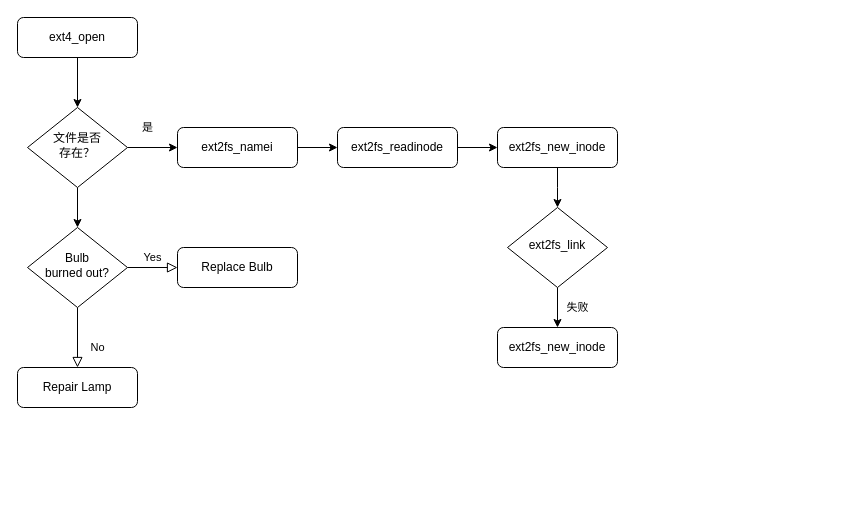
gokucai/drawio_repo keeps this draw.io diagram as ext4_create流程图.drawio. Above is the earlier version. Source tidied: cells renumbered, new cells numbered last; positions are measured from the earlier drawing's top-left corner, leaving out a move shared by most shapes. Both pictures are drawn from the tidied source at 100%, with x=0, y=0 at pixel (17, 17).
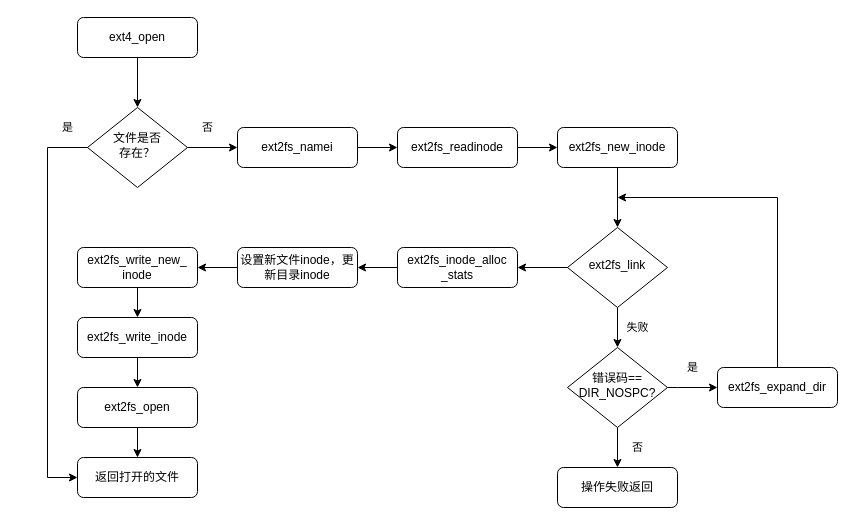
The same diagram, later.

Commit message (it also covers changes not shown here):
更新ext4_create流程图.drawio

What changed in the source:
```diff
@@
+    <mxCell id="21" style="group;" parent="1" vertex="1">
+      <mxGeometry x="30" width="790" height="490" as="geometry" />
+    </mxCell>
+    <mxCell id="3" value="ext4_open" style="rounded=1;whiteSpace=wrap;html=1;fontSize=12;glass=0;strokeWidth=1;shadow=0;" parent="21" vertex="1">
+      <mxGeometry x="30" width="120" height="40" as="geometry" />
+    </mxCell>
+    <mxCell id="6" value="文件是否&lt;br&gt;存在？" style="rhombus;whiteSpace=wrap;html=1;shadow=0;fontFamily=Helvetica;fontSize=12;align=center;strokeWidth=1;spacing=6;spacingTop=-4;" parent="21" vertex="1">
+      <mxGeometry x="40" y="90" width="100" height="80" as="geometry" />
+    </mxCell>
-    <mxCell id="2" style="edgeStyle=orthogonalEdgeStyle;rounded=0;jettySize=auto;html=1;" parent="1" edge="1" source="3" target="6">
+    <mxCell id="2" style="edgeStyle=orthogonalEdgeStyle;rounded=0;jettySize=auto;html=1;" parent="21" edge="1" source="3" target="6">
       <mxGeometry relative="1" as="geometry" />
     </mxCell>
-    <mxCell id="3" value="ext4_open" style="rounded=1;whiteSpace=wrap;html=1;fontSize=12;glass=0;strokeWidth=1;shadow=0;" parent="1" vertex="1">
-      <mxGeometry width="120" height="40" as="geometry" />
-    </mxCell>
+    <mxCell id="8" value="ext2fs_namei" style="rounded=1;whiteSpace=wrap;html=1;fontSize=12;glass=0;strokeWidth=1;shadow=0;" parent="21" vertex="1">
+      <mxGeometry x="190" y="110" width="120" height="40" as="geometry" />
+    </mxCell>
-    <mxCell id="4" value="是" style="edgeStyle=orthogonalEdgeStyle;rounded=0;jettySize=auto;html=1;" parent="1" edge="1" source="6" target="8">
+    <mxCell id="4" value="否" style="edgeStyle=orthogonalEdgeStyle;rounded=0;jettySize=auto;html=1;" parent="21" edge="1" source="6" target="8">
       <mxGeometry x="-0.2" y="20" relative="1" as="geometry" />
     </mxCell>
-    <mxCell id="5" style="edgeStyle=orthogonalEdgeStyle;rounded=0;jettySize=auto;html=1;" parent="1" edge="1" source="6" target="11">
-      <mxGeometry relative="1" as="geometry" />
-    </mxCell>
-    <mxCell id="6" value="文件是否&lt;br&gt;存在？" style="rhombus;whiteSpace=wrap;html=1;shadow=0;fontFamily=Helvetica;fontSize=12;align=center;strokeWidth=1;spacing=6;spacingTop=-4;" parent="1" vertex="1">
-      <mxGeometry x="10" y="90" width="100" height="80" as="geometry" />
-    </mxCell>
+    <mxCell id="15" value="ext2fs_readinode" style="rounded=1;whiteSpace=wrap;html=1;fontSize=12;glass=0;strokeWidth=1;shadow=0;" parent="21" vertex="1">
+      <mxGeometry x="350" y="110" width="120" height="40" as="geometry" />
+    </mxCell>
-    <mxCell id="7" style="edgeStyle=orthogonalEdgeStyle;rounded=0;jettySize=auto;html=1;" parent="1" edge="1" source="8" target="15">
+    <mxCell id="7" style="edgeStyle=orthogonalEdgeStyle;rounded=0;jettySize=auto;html=1;" parent="21" edge="1" source="8" target="15">
       <mxGeometry relative="1" as="geometry" />
     </mxCell>
-    <mxCell id="8" value="ext2fs_namei" style="rounded=1;whiteSpace=wrap;html=1;fontSize=12;glass=0;strokeWidth=1;shadow=0;" parent="1" vertex="1">
-      <mxGeometry x="160" y="110" width="120" height="40" as="geometry" />
-    </mxCell>
-    <mxCell id="9" value="No" style="rounded=0;html=1;jettySize=auto;fontSize=11;endArrow=block;endFill=0;endSize=8;strokeWidth=1;shadow=0;labelBackgroundColor=none;edgeStyle=orthogonalEdgeStyle;" parent="1" edge="1" source="11" target="12">
-      <mxGeometry x="0.33" y="20" relative="1" as="geometry" />
-    </mxCell>
-    <mxCell id="10" value="Yes" style="edgeStyle=orthogonalEdgeStyle;rounded=0;html=1;jettySize=auto;fontSize=11;endArrow=block;endFill=0;endSize=8;strokeWidth=1;shadow=0;labelBackgroundColor=none;" parent="1" edge="1" source="11" target="13">
-      <mxGeometry y="10" relative="1" as="geometry" />
-    </mxCell>
-    <mxCell id="11" value="Bulb&lt;br&gt;burned out?" style="rhombus;whiteSpace=wrap;html=1;shadow=0;fontFamily=Helvetica;fontSize=12;align=center;strokeWidth=1;spacing=6;spacingTop=-4;" parent="1" vertex="1">
-      <mxGeometry x="10" y="210" width="100" height="80" as="geometry" />
-    </mxCell>
-    <mxCell id="12" value="Repair Lamp" style="rounded=1;whiteSpace=wrap;html=1;fontSize=12;glass=0;strokeWidth=1;shadow=0;" parent="1" vertex="1">
-      <mxGeometry y="350" width="120" height="40" as="geometry" />
-    </mxCell>
-    <mxCell id="13" value="Replace Bulb" style="rounded=1;whiteSpace=wrap;html=1;fontSize=12;glass=0;strokeWidth=1;shadow=0;" parent="1" vertex="1">
-      <mxGeometry x="160" y="230" width="120" height="40" as="geometry" />
-    </mxCell>
+    <mxCell id="17" value="ext2fs_new_inode" style="rounded=1;whiteSpace=wrap;html=1;fontSize=12;glass=0;strokeWidth=1;shadow=0;" parent="21" vertex="1">
+      <mxGeometry x="510" y="110" width="120" height="40" as="geometry" />
+    </mxCell>
-    <mxCell id="14" style="edgeStyle=orthogonalEdgeStyle;rounded=0;jettySize=auto;html=1;" parent="1" edge="1" source="15" target="17">
+    <mxCell id="14" style="edgeStyle=orthogonalEdgeStyle;rounded=0;jettySize=auto;html=1;" parent="21" edge="1" source="15" target="17">
       <mxGeometry relative="1" as="geometry" />
     </mxCell>
-    <mxCell id="15" value="ext2fs_readinode" style="rounded=1;whiteSpace=wrap;html=1;fontSize=12;glass=0;strokeWidth=1;shadow=0;" parent="1" vertex="1">
-      <mxGeometry x="320" y="110" width="120" height="40" as="geometry" />
-    </mxCell>
-    <mxCell id="16" style="edgeStyle=orthogonalEdgeStyle;rounded=0;jettySize=auto;html=1;" parent="1" edge="1" source="17">
-      <mxGeometry relative="1" as="geometry">
-        <mxPoint x="540" y="190" as="targetPoint" />
-      </mxGeometry>
-    </mxCell>
-    <mxCell id="17" value="ext2fs_new_inode" style="rounded=1;whiteSpace=wrap;html=1;fontSize=12;glass=0;strokeWidth=1;shadow=0;" parent="1" vertex="1">
-      <mxGeometry x="480" y="110" width="120" height="40" as="geometry" />
-    </mxCell>
+    <mxCell id="19" value="ext2fs_link" style="rhombus;whiteSpace=wrap;html=1;shadow=0;fontFamily=Helvetica;fontSize=12;align=center;strokeWidth=1;spacing=6;spacingTop=-4;" parent="21" vertex="1">
+      <mxGeometry x="520" y="210" width="100" height="80" as="geometry" />
+    </mxCell>
+    <mxCell id="22" style="edgeStyle=orthogonalEdgeStyle;rounded=0;jettySize=auto;html=1;" parent="21" edge="1" source="17" target="19">
+      <mxGeometry relative="1" as="geometry" />
+    </mxCell>
+    <mxCell id="23" value="错误码==&lt;br&gt;DIR_NOSPC?" style="rhombus;whiteSpace=wrap;html=1;shadow=0;fontFamily=Helvetica;fontSize=12;align=center;strokeWidth=1;spacing=6;spacingTop=-4;" parent="21" vertex="1">
+      <mxGeometry x="520" y="330" width="100" height="80" as="geometry" />
+    </mxCell>
-    <mxCell id="18" value="失败" style="edgeStyle=orthogonalEdgeStyle;rounded=0;jettySize=auto;html=1;" parent="1" edge="1" source="19" target="20">
+    <mxCell id="18" value="失败" style="edgeStyle=orthogonalEdgeStyle;rounded=0;jettySize=auto;html=1;" parent="21" edge="1" source="19" target="23">
       <mxGeometry y="20" relative="1" as="geometry" />
     </mxCell>
-    <mxCell id="19" value="ext2fs_link" style="rhombus;whiteSpace=wrap;html=1;shadow=0;fontFamily=Helvetica;fontSize=12;align=center;strokeWidth=1;spacing=6;spacingTop=-4;" parent="1" vertex="1">
-      <mxGeometry x="490" y="190" width="100" height="80" as="geometry" />
-    </mxCell>
-    <mxCell id="20" value="ext2fs_new_inode" style="rounded=1;whiteSpace=wrap;html=1;fontSize=12;glass=0;strokeWidth=1;shadow=0;" parent="1" vertex="1">
-      <mxGeometry x="480" y="310" width="120" height="40" as="geometry" />
-    </mxCell>
+    <mxCell id="24" value="操作失败返回" style="rounded=1;whiteSpace=wrap;html=1;fontSize=12;glass=0;strokeWidth=1;shadow=0;" parent="21" vertex="1">
+      <mxGeometry x="510" y="450" width="120" height="40" as="geometry" />
+    </mxCell>
+    <mxCell id="25" value="否" style="edgeStyle=orthogonalEdgeStyle;rounded=0;jettySize=auto;html=1;" parent="21" edge="1" source="23" target="24">
+      <mxGeometry y="20" relative="1" as="geometry" />
+    </mxCell>
+    <mxCell id="26" style="edgeStyle=orthogonalEdgeStyle;rounded=0;jettySize=auto;html=1;exitX=0.5;exitY=0;exitDx=0;exitDy=0;" parent="21" edge="1" source="27">
+      <mxGeometry relative="1" as="geometry">
+        <mxPoint x="570" y="180" as="targetPoint" />
+        <Array as="points">
+          <mxPoint x="730" y="180" />
+        </Array>
+      </mxGeometry>
+    </mxCell>
+    <mxCell id="27" value="ext2fs_expand_dir" style="rounded=1;whiteSpace=wrap;html=1;fontSize=12;glass=0;strokeWidth=1;shadow=0;" parent="21" vertex="1">
+      <mxGeometry x="670" y="350" width="120" height="40" as="geometry" />
+    </mxCell>
+    <mxCell id="28" value="是" style="edgeStyle=orthogonalEdgeStyle;rounded=0;jettySize=auto;html=1;" parent="21" edge="1" source="23" target="27">
+      <mxGeometry y="20" relative="1" as="geometry">
+        <Array as="points">
+          <mxPoint x="630" y="370" />
+          <mxPoint x="630" y="370" />
+        </Array>
+      </mxGeometry>
+    </mxCell>
+    <mxCell id="29" value="ext2fs_inode_alloc&lt;br&gt;_stats" style="rounded=1;whiteSpace=wrap;html=1;fontSize=12;glass=0;strokeWidth=1;shadow=0;" parent="21" vertex="1">
+      <mxGeometry x="350" y="230" width="120" height="40" as="geometry" />
+    </mxCell>
+    <mxCell id="30" style="edgeStyle=orthogonalEdgeStyle;rounded=0;jettySize=auto;html=1;" parent="21" edge="1" source="19" target="29">
+      <mxGeometry relative="1" as="geometry" />
+    </mxCell>
+    <mxCell id="31" value="设置新文件inode，更新目录inode" style="rounded=1;whiteSpace=wrap;html=1;fontSize=12;glass=0;strokeWidth=1;shadow=0;" parent="21" vertex="1">
+      <mxGeometry x="190" y="230" width="120" height="40" as="geometry" />
+    </mxCell>
+    <mxCell id="32" style="edgeStyle=orthogonalEdgeStyle;rounded=0;jettySize=auto;html=1;" parent="21" edge="1" source="29" target="31">
+      <mxGeometry relative="1" as="geometry" />
+    </mxCell>
+    <mxCell id="33" value="ext2fs_write_new_&lt;br&gt;inode" style="rounded=1;whiteSpace=wrap;html=1;fontSize=12;glass=0;strokeWidth=1;shadow=0;" parent="21" vertex="1">
+      <mxGeometry x="30" y="230" width="120" height="40" as="geometry" />
+    </mxCell>
+    <mxCell id="34" style="edgeStyle=orthogonalEdgeStyle;rounded=0;jettySize=auto;html=1;" parent="21" edge="1" source="31" target="33">
+      <mxGeometry relative="1" as="geometry" />
+    </mxCell>
+    <mxCell id="35" value="ext2fs_write_inode" style="rounded=1;whiteSpace=wrap;html=1;fontSize=12;glass=0;strokeWidth=1;shadow=0;" parent="21" vertex="1">
+      <mxGeometry x="30" y="300" width="120" height="40" as="geometry" />
+    </mxCell>
+    <mxCell id="36" style="edgeStyle=orthogonalEdgeStyle;rounded=0;jettySize=auto;html=1;" parent="21" edge="1" source="33" target="35">
+      <mxGeometry relative="1" as="geometry" />
+    </mxCell>
+    <mxCell id="37" value="ext2fs_open&lt;br&gt;" style="rounded=1;whiteSpace=wrap;html=1;fontSize=12;glass=0;strokeWidth=1;shadow=0;" parent="21" vertex="1">
+      <mxGeometry x="30" y="370" width="120" height="40" as="geometry" />
+    </mxCell>
+    <mxCell id="38" style="edgeStyle=orthogonalEdgeStyle;rounded=0;jettySize=auto;html=1;" parent="21" edge="1" source="35" target="37">
+      <mxGeometry relative="1" as="geometry" />
+    </mxCell>
+    <mxCell id="39" value="返回打开的文件" style="rounded=1;whiteSpace=wrap;html=1;fontSize=12;glass=0;strokeWidth=1;shadow=0;" parent="21" vertex="1">
+      <mxGeometry x="30" y="440" width="120" height="40" as="geometry" />
+    </mxCell>
+    <mxCell id="40" value="是" style="edgeStyle=orthogonalEdgeStyle;rounded=0;jettySize=auto;html=1;exitX=0;exitY=0.5;exitDx=0;exitDy=0;entryX=0;entryY=0.5;entryDx=0;entryDy=0;" parent="21" edge="1" source="6" target="39">
+      <mxGeometry x="-0.9" y="-20" relative="1" as="geometry">
+        <Array as="points">
+          <mxPoint y="130" />
+          <mxPoint y="460" />
+        </Array>
+      </mxGeometry>
+    </mxCell>
+    <mxCell id="41" style="edgeStyle=orthogonalEdgeStyle;rounded=0;jettySize=auto;html=1;" parent="21" edge="1" source="37" target="39">
+      <mxGeometry relative="1" as="geometry" />
+    </mxCell>
```
